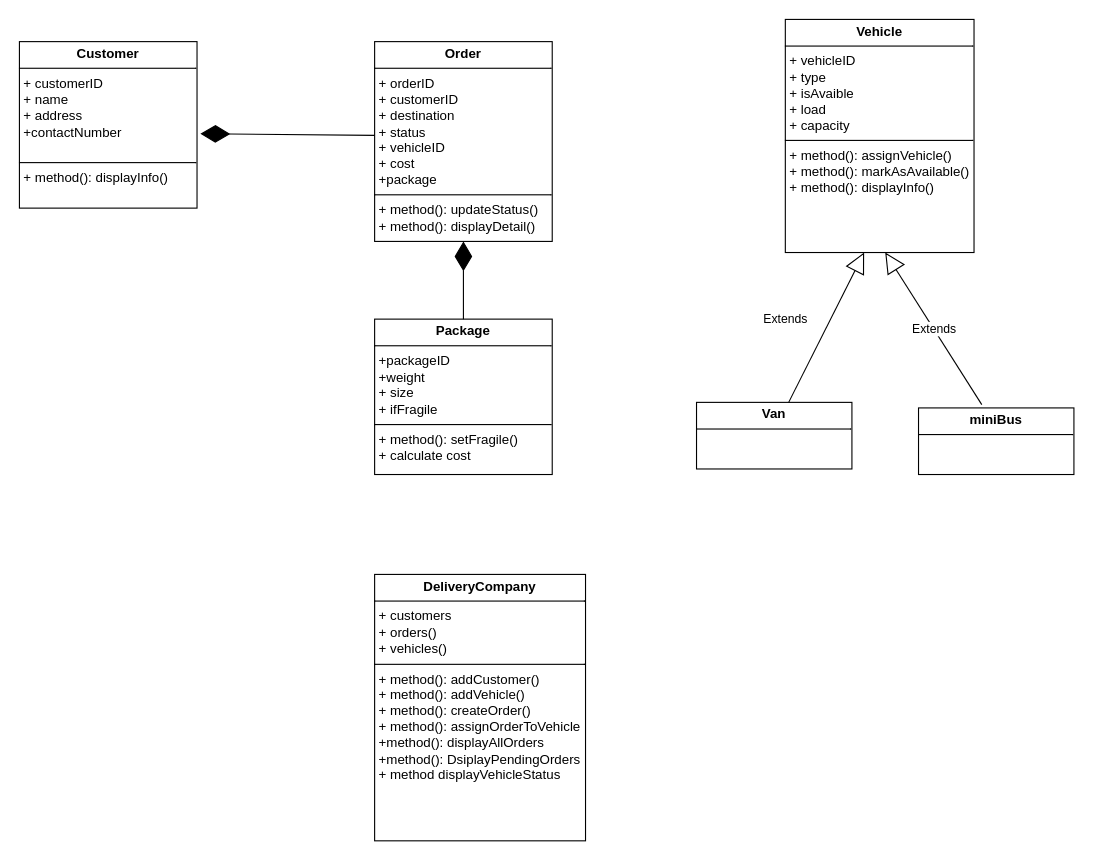
The draw.io diagram Delivery_comp_UML.drawio in fifol21/E-wallet, before the edit. Source tidied: cells renumbered, new cells numbered last; positions are measured from the earlier drawing's top-left corner, leaving out a move shared by most shapes. Both pictures are drawn from the tidied source at 111%, with x=0, y=0 at pixel (19, 19).
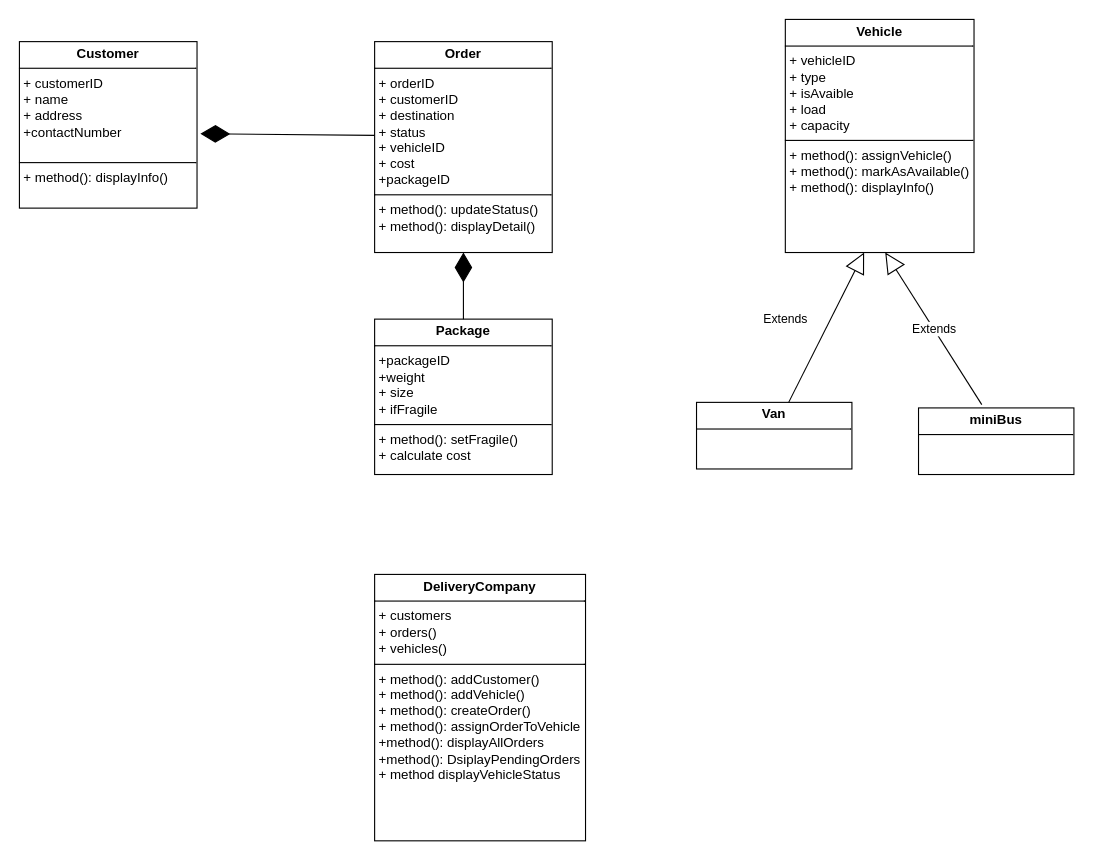
Above is the later version.

Diff of the diagram source:
```diff
@@
 <mxGraphModel>
   <root>
     <mxCell id="0" />
     <mxCell id="1" parent="0" />
     <mxCell id="2" value="&lt;p style=&quot;margin:0px;margin-top:4px;text-align:center;&quot;&gt;&lt;b&gt;Customer&lt;/b&gt;&lt;/p&gt;&lt;hr size=&quot;1&quot; style=&quot;border-style:solid;&quot;&gt;&lt;p style=&quot;margin:0px;margin-left:4px;&quot;&gt;+ customerID&lt;/p&gt;&lt;p style=&quot;margin:0px;margin-left:4px;&quot;&gt;+ name&lt;br&gt;+ address&lt;br&gt;+contactNumber&lt;br&gt;&lt;br&gt;&lt;/p&gt;&lt;hr size=&quot;1&quot; style=&quot;border-style:solid;&quot;&gt;&lt;p style=&quot;margin:0px;margin-left:4px;&quot;&gt;+ method(): displayInfo()&lt;br&gt;&lt;/p&gt;" style="verticalAlign=top;align=left;overflow=fill;html=1;whiteSpace=wrap;" parent="1" vertex="1">
       <mxGeometry y="20" width="160" height="150" as="geometry" />
     </mxCell>
     <mxCell id="3" value="&lt;p style=&quot;margin:0px;margin-top:4px;text-align:center;&quot;&gt;&lt;b&gt;Vehicle&lt;/b&gt;&lt;/p&gt;&lt;hr size=&quot;1&quot; style=&quot;border-style:solid;&quot;&gt;&lt;p style=&quot;margin:0px;margin-left:4px;&quot;&gt;+ vehicleID&lt;br&gt;+ type&lt;br&gt;+ isAvaible&lt;/p&gt;&lt;p style=&quot;margin:0px;margin-left:4px;&quot;&gt;+ load&lt;br&gt;+ capacity&lt;br&gt;&lt;/p&gt;&lt;hr size=&quot;1&quot; style=&quot;border-style:solid;&quot;&gt;&lt;p style=&quot;margin:0px;margin-left:4px;&quot;&gt;+ method(): assignVehicle()&lt;br&gt;+ method(): markAsAvailable()&lt;br&gt;+ method(): displayInfo()&lt;br&gt;&lt;br&gt;&lt;/p&gt;" style="verticalAlign=top;align=left;overflow=fill;html=1;whiteSpace=wrap;" parent="1" vertex="1">
       <mxGeometry x="690" width="170" height="210" as="geometry" />
     </mxCell>
-    <mxCell id="4" value="&lt;p style=&quot;margin:0px;margin-top:4px;text-align:center;&quot;&gt;&lt;b&gt;Order&lt;/b&gt;&lt;/p&gt;&lt;hr size=&quot;1&quot; style=&quot;border-style:solid;&quot;&gt;&lt;p style=&quot;margin:0px;margin-left:4px;&quot;&gt;+ orderID&lt;br&gt;+ customerID&lt;br&gt;+ destination&lt;br&gt;+ status&lt;br&gt;+ vehicleID&lt;br&gt;+ cost&lt;/p&gt;&lt;p style=&quot;margin:0px;margin-left:4px;&quot;&gt;+package&lt;br&gt;&lt;/p&gt;&lt;hr size=&quot;1&quot; style=&quot;border-style:solid;&quot;&gt;&lt;p style=&quot;margin:0px;margin-left:4px;&quot;&gt;+ method(): updateStatus()&lt;br&gt;+ method(): displayDetail()&lt;br&gt;&lt;/p&gt;" style="verticalAlign=top;align=left;overflow=fill;html=1;whiteSpace=wrap;" parent="1" vertex="1">
-      <mxGeometry x="320" y="20" width="160" height="180" as="geometry" />
+    <mxCell id="4" value="&lt;p style=&quot;margin:0px;margin-top:4px;text-align:center;&quot;&gt;&lt;b&gt;Order&lt;/b&gt;&lt;/p&gt;&lt;hr size=&quot;1&quot; style=&quot;border-style:solid;&quot;&gt;&lt;p style=&quot;margin:0px;margin-left:4px;&quot;&gt;+ orderID&lt;br&gt;+ customerID&lt;br&gt;+ destination&lt;br&gt;+ status&lt;br&gt;+ vehicleID&lt;br&gt;+ cost&lt;/p&gt;&lt;p style=&quot;margin:0px;margin-left:4px;&quot;&gt;+packageID&lt;br&gt;&lt;/p&gt;&lt;hr size=&quot;1&quot; style=&quot;border-style:solid;&quot;&gt;&lt;p style=&quot;margin:0px;margin-left:4px;&quot;&gt;+ method(): updateStatus()&lt;br&gt;+ method(): displayDetail()&lt;br&gt;&lt;/p&gt;" style="verticalAlign=top;align=left;overflow=fill;html=1;whiteSpace=wrap;" parent="1" vertex="1">
+      <mxGeometry x="320" y="20" width="160" height="190" as="geometry" />
     </mxCell>
     <mxCell id="5" value="&lt;p style=&quot;margin:0px;margin-top:4px;text-align:center;&quot;&gt;&lt;b&gt;Van&lt;/b&gt;&lt;/p&gt;&lt;hr size=&quot;1&quot; style=&quot;border-style:solid;&quot;&gt;&lt;div style=&quot;height:2px;&quot;&gt;&amp;nbsp; &lt;br&gt;&lt;/div&gt;" style="verticalAlign=top;align=left;overflow=fill;html=1;whiteSpace=wrap;" parent="1" vertex="1">
       <mxGeometry x="610" y="345" width="140" height="60" as="geometry" />
     </mxCell>
     <mxCell id="6" value="&lt;p style=&quot;margin:0px;margin-top:4px;text-align:center;&quot;&gt;&lt;b&gt;miniBus&lt;/b&gt;&lt;br&gt;&lt;/p&gt;&lt;hr size=&quot;1&quot; style=&quot;border-style:solid;&quot;&gt;&lt;div style=&quot;height:2px;&quot;&gt;&lt;/div&gt;" style="verticalAlign=top;align=left;overflow=fill;html=1;whiteSpace=wrap;" parent="1" vertex="1">
       <mxGeometry x="810" y="350" width="140" height="60" as="geometry" />
     </mxCell>
     <mxCell id="7" value="Extends" style="endArrow=block;endSize=16;endFill=0;html=1;rounded=0;entryX=0.359;entryY=1.021;entryDx=0;entryDy=0;entryPerimeter=0;exitX=0.593;exitY=0;exitDx=0;exitDy=0;exitPerimeter=0;" parent="1" edge="1" source="5">
       <mxGeometry x="-0.13" y="36" relative="1" as="geometry">
         <mxPoint x="761" y="210" as="targetPoint" />
         <mxPoint x="-1" as="offset" />
       </mxGeometry>
     </mxCell>
     <mxCell id="8" value="Extends" style="endArrow=block;endSize=16;endFill=0;html=1;rounded=0;exitX=0.407;exitY=-0.05;exitDx=0;exitDy=0;exitPerimeter=0;" parent="1" edge="1" source="6">
       <mxGeometry relative="1" as="geometry">
         <mxPoint x="780" y="210" as="targetPoint" />
       </mxGeometry>
     </mxCell>
     <mxCell id="9" value="&lt;p style=&quot;margin:0px;margin-top:4px;text-align:center;&quot;&gt;&lt;b&gt;Package&lt;/b&gt;&lt;/p&gt;&lt;hr size=&quot;1&quot; style=&quot;border-style:solid;&quot;&gt;&lt;p style=&quot;margin:0px;margin-left:4px;&quot;&gt;+packageID &lt;br&gt;&lt;/p&gt;&lt;p style=&quot;margin:0px;margin-left:4px;&quot;&gt;+weight&lt;br&gt;+ size&lt;br&gt;+ ifFragile&lt;br&gt;&lt;/p&gt;&lt;hr size=&quot;1&quot; style=&quot;border-style:solid;&quot;&gt;&lt;p style=&quot;margin:0px;margin-left:4px;&quot;&gt;+ method(): setFragile()&lt;br&gt;+ calculate cost&lt;br&gt;&lt;/p&gt;" style="verticalAlign=top;align=left;overflow=fill;html=1;whiteSpace=wrap;" parent="1" vertex="1">
       <mxGeometry x="320" y="270" width="160" height="140" as="geometry" />
     </mxCell>
     <mxCell id="10" style="endArrow=diamondThin;endFill=1;endSize=24;html=1;rounded=0;entryX=0.5;entryY=1;entryDx=0;entryDy=0;" parent="1" edge="1" target="4">
       <mxGeometry relative="1" as="geometry">
         <mxPoint x="400" y="270" as="sourcePoint" />
       </mxGeometry>
     </mxCell>
     <mxCell id="11" style="endArrow=diamondThin;endFill=1;endSize=24;html=1;rounded=0;entryX=1.019;entryY=0.553;entryDx=0;entryDy=0;entryPerimeter=0;" parent="1" edge="1" target="2">
       <mxGeometry relative="1" as="geometry">
         <mxPoint x="320" y="104.5" as="sourcePoint" />
       </mxGeometry>
     </mxCell>
     <mxCell id="12" value="&lt;p style=&quot;margin:0px;margin-top:4px;text-align:center;&quot;&gt;&lt;b&gt;DeliveryCompany&lt;/b&gt;&lt;br&gt;&lt;/p&gt;&lt;hr size=&quot;1&quot; style=&quot;border-style:solid;&quot;&gt;&lt;p style=&quot;margin:0px;margin-left:4px;&quot;&gt;+ customers&lt;br&gt;+ orders()&lt;br&gt;+ vehicles()&lt;br&gt;&lt;/p&gt;&lt;hr size=&quot;1&quot; style=&quot;border-style:solid;&quot;&gt;&lt;p style=&quot;margin:0px;margin-left:4px;&quot;&gt;+ method(): addCustomer()&lt;br&gt;+ method(): addVehicle()&lt;br&gt;+ method(): createOrder()&lt;br&gt;+ method(): assignOrderToVehicle&lt;br&gt;+method(): displayAllOrders&lt;br&gt;+method(): DsiplayPendingOrders&lt;br&gt;+ method displayVehicleStatus&lt;br&gt;&lt;/p&gt;" style="verticalAlign=top;align=left;overflow=fill;html=1;whiteSpace=wrap;" parent="1" vertex="1">
       <mxGeometry x="320" y="500" width="190" height="240" as="geometry" />
     </mxCell>
   </root>
 </mxGraphModel>
```
